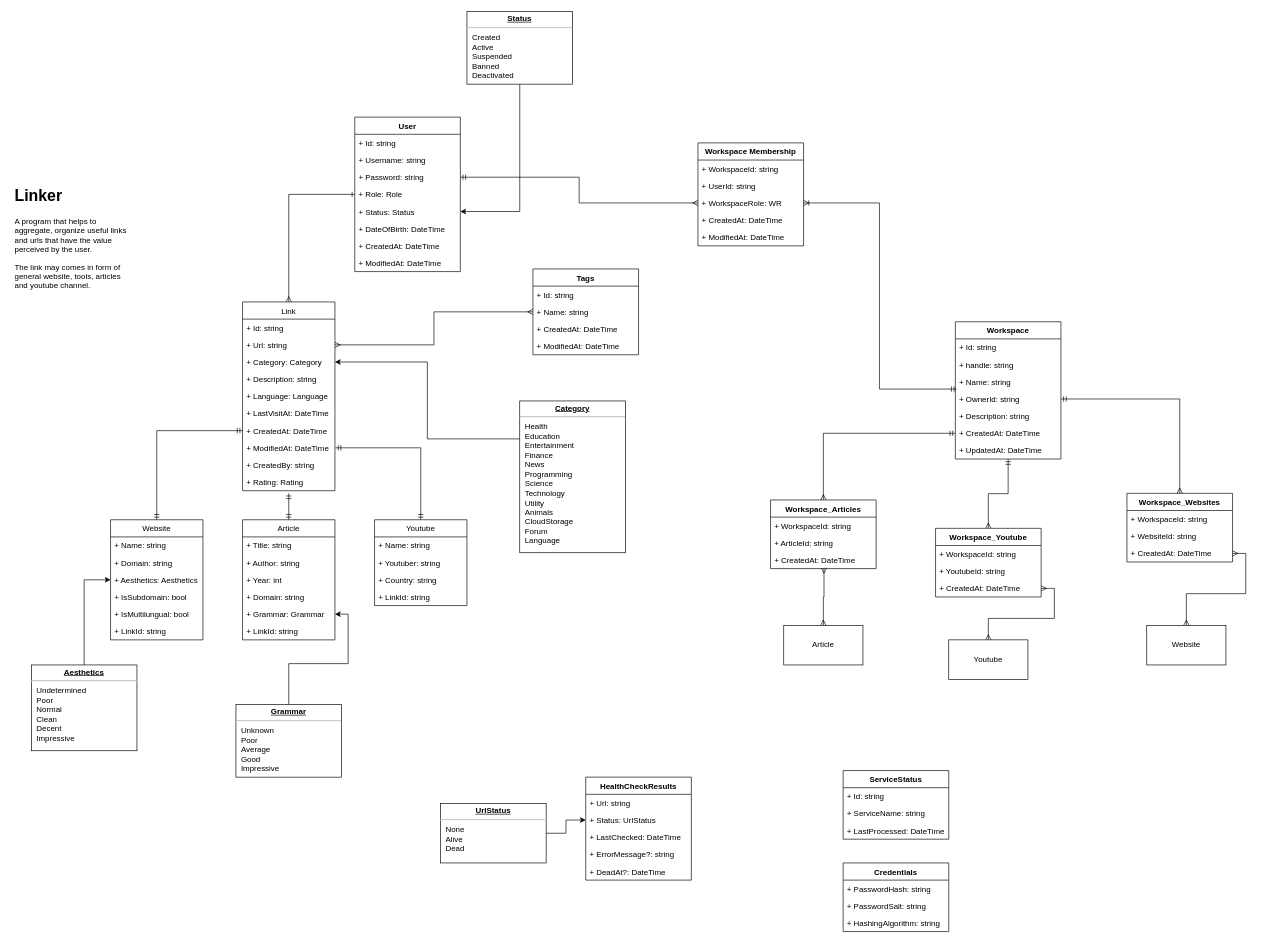
This is page "Class Diagram" (1 of 5) of docs/Linker.drawio from data-miner00/Linker, a draw.io file, before an edit. Source tidied: cells renumbered, new cells numbered last; positions are measured from the earlier drawing's top-left corner, leaving out a move shared by most shapes. Both pictures are drawn from the tidied source at 66%, with x=0, y=0 at pixel (11, 11).
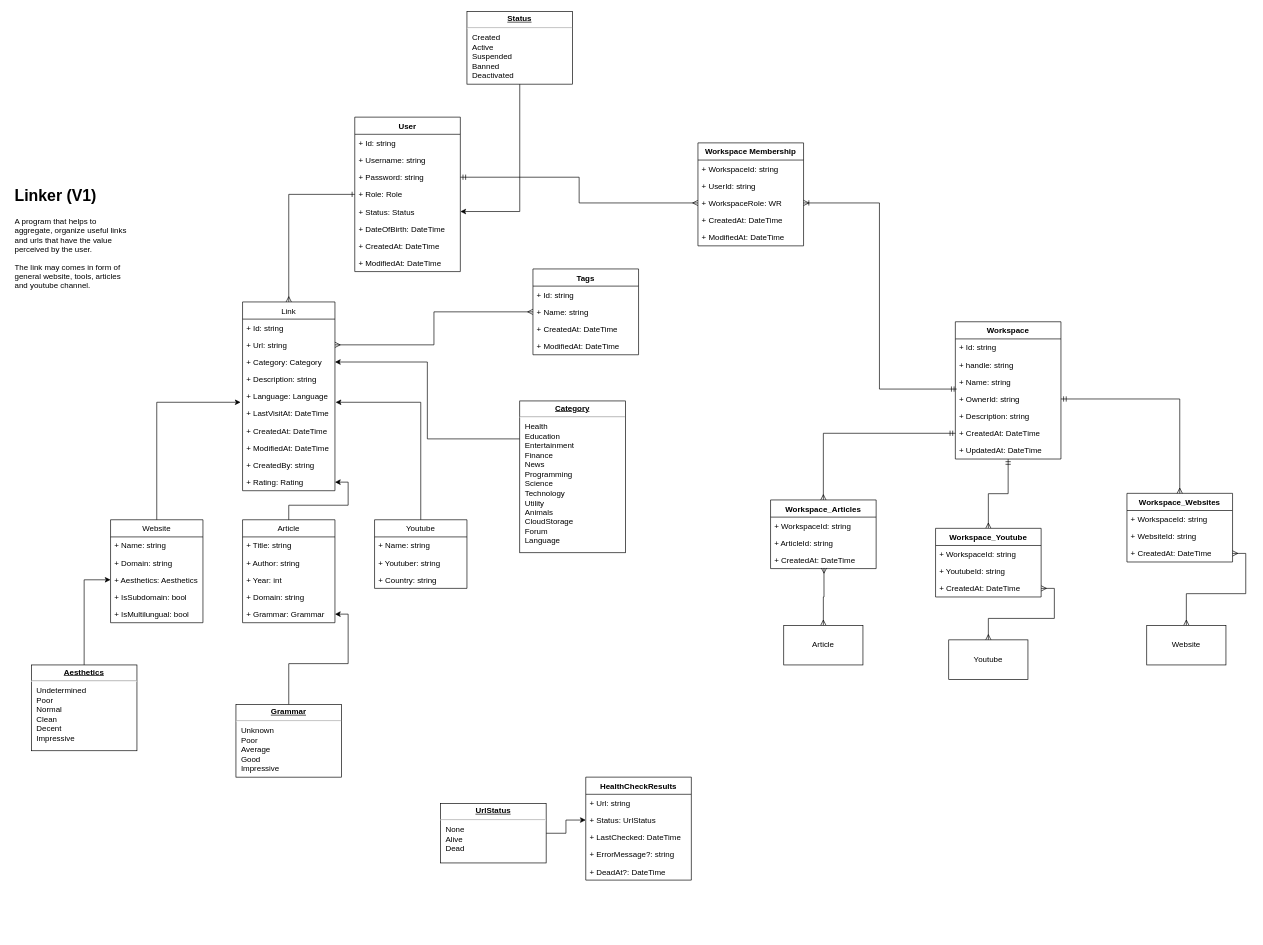
After the change.

Unchanged cells that the change refers to:
```xml
<mxCell id="7" value="+ Language: Language" style="text;strokeColor=none;fillColor=none;align=left;verticalAlign=top;spacingLeft=4;spacingRight=4;overflow=hidden;points=[[0,0.5],[1,0.5]];portConstraint=eastwest;" parent="2" vertex="1">
  <mxGeometry y="130" width="140" height="26" as="geometry" />
</mxCell>
<mxCell id="8" value="+ LastVisitAt: DateTime" style="text;strokeColor=none;fillColor=none;align=left;verticalAlign=top;spacingLeft=4;spacingRight=4;overflow=hidden;points=[[0,0.5],[1,0.5]];portConstraint=eastwest;" parent="2" vertex="1">
  <mxGeometry y="156" width="140" height="26" as="geometry" />
</mxCell>
<mxCell id="9" value="+ CreatedAt: DateTime" style="text;strokeColor=none;fillColor=none;align=left;verticalAlign=top;spacingLeft=4;spacingRight=4;overflow=hidden;points=[[0,0.5],[1,0.5]];portConstraint=eastwest;" parent="2" vertex="1">
  <mxGeometry y="182" width="140" height="26" as="geometry" />
</mxCell>
<mxCell id="12" value="+ Rating: Rating" style="text;strokeColor=none;fillColor=none;align=left;verticalAlign=top;spacingLeft=4;spacingRight=4;overflow=hidden;points=[[0,0.5],[1,0.5]];portConstraint=eastwest;" parent="2" vertex="1">
  <mxGeometry y="260" width="140" height="26" as="geometry" />
</mxCell>
```

The edit, as a diff of the source:
```diff
@@
-    <mxCell id="15" style="edgeStyle=orthogonalEdgeStyle;rounded=0;jettySize=auto;html=1;entryX=0;entryY=0.5;entryDx=0;entryDy=0;endArrow=ERmandOne;endFill=0;startArrow=ERmandOne;startFill=0;" parent="1" edge="1" source="16" target="9">
-      <mxGeometry relative="1" as="geometry" />
-    </mxCell>
+    <mxCell id="113" style="edgeStyle=orthogonalEdgeStyle;rounded=0;jettySize=auto;html=1;exitX=0.5;exitY=0;exitDx=0;exitDy=0;entryX=-0.021;entryY=-0.154;entryDx=0;entryDy=0;entryPerimeter=0;" parent="1" edge="1" source="16" target="8">
+      <mxGeometry relative="1" as="geometry" />
+    </mxCell>
     <mxCell id="16" value="Website" style="swimlane;fontStyle=0;horizontal=1;startSize=26;fillColor=none;" parent="1" vertex="1">
-      <mxGeometry x="150" y="770" width="140" height="182" as="geometry" />
+      <mxGeometry x="150" y="770" width="140" height="156" as="geometry" />
     </mxCell>
@@
-    <mxCell id="22" value="+ LinkId: string" style="text;strokeColor=none;fillColor=none;align=left;verticalAlign=top;spacingLeft=4;spacingRight=4;overflow=hidden;" parent="16" vertex="1">
-      <mxGeometry y="156" width="140" height="26" as="geometry" />
-    </mxCell>
-    <mxCell id="23" value="&lt;h1&gt;Linker&lt;/h1&gt;&lt;p&gt;A program that helps to aggregate, organize useful links and urls that have the value perceived by the user.&lt;/p&gt;&lt;p&gt;The link may comes in form of general website, tools, articles and youtube channel.&lt;/p&gt;" style="text;html=1;strokeColor=none;fillColor=none;spacing=5;spacingTop=-20;whiteSpace=wrap;overflow=hidden;rounded=0;" parent="1" vertex="1">
+    <mxCell id="23" value="&lt;h1&gt;Linker (V1)&lt;/h1&gt;&lt;p&gt;A program that helps to aggregate, organize useful links and urls that have the value perceived by the user.&lt;/p&gt;&lt;p&gt;The link may comes in form of general website, tools, articles and youtube channel.&lt;/p&gt;" style="text;html=1;strokeColor=none;fillColor=none;spacing=5;spacingTop=-20;whiteSpace=wrap;overflow=hidden;rounded=0;" parent="1" vertex="1">
       <mxGeometry y="260" width="190" height="200" as="geometry" />
     </mxCell>
@@
-    <mxCell id="26" style="edgeStyle=orthogonalEdgeStyle;rounded=0;jettySize=auto;html=1;endArrow=ERmandOne;endFill=0;startArrow=ERmandOne;startFill=0;" parent="1" edge="1" source="27">
-      <mxGeometry relative="1" as="geometry">
-        <mxPoint x="420" y="730" as="targetPoint" />
-      </mxGeometry>
-    </mxCell>
+    <mxCell id="114" style="edgeStyle=orthogonalEdgeStyle;rounded=0;jettySize=auto;html=1;" parent="1" edge="1" source="27" target="12">
+      <mxGeometry relative="1" as="geometry" />
+    </mxCell>
     <mxCell id="27" value="Article" style="swimlane;fontStyle=0;horizontal=1;startSize=26;fillColor=none;" parent="1" vertex="1">
-      <mxGeometry x="350" y="770" width="140" height="182" as="geometry" />
+      <mxGeometry x="350" y="770" width="140" height="156" as="geometry" />
     </mxCell>
@@
-    <mxCell id="33" value="+ LinkId: string" style="text;strokeColor=none;fillColor=none;align=left;verticalAlign=top;spacingLeft=4;spacingRight=4;overflow=hidden;" parent="27" vertex="1">
-      <mxGeometry y="156" width="140" height="26" as="geometry" />
-    </mxCell>
@@
-    <mxCell id="36" style="edgeStyle=orthogonalEdgeStyle;rounded=0;jettySize=auto;html=1;endArrow=ERmandOne;endFill=0;startArrow=ERmandOne;startFill=0;" parent="1" edge="1" source="37">
-      <mxGeometry relative="1" as="geometry">
-        <mxPoint x="491" y="661" as="targetPoint" />
-        <Array as="points">
-          <mxPoint x="620" y="661" />
-          <mxPoint x="491" y="661" />
-        </Array>
-      </mxGeometry>
-    </mxCell>
+    <mxCell id="115" style="edgeStyle=orthogonalEdgeStyle;rounded=0;jettySize=auto;html=1;entryX=1.007;entryY=0.846;entryDx=0;entryDy=0;entryPerimeter=0;" parent="1" edge="1" source="37" target="7">
+      <mxGeometry relative="1" as="geometry" />
+    </mxCell>
     <mxCell id="37" value="Youtube" style="swimlane;fontStyle=0;horizontal=1;startSize=26;fillColor=none;" parent="1" vertex="1">
-      <mxGeometry x="550" y="770" width="140" height="130" as="geometry" />
+      <mxGeometry x="550" y="770" width="140" height="104" as="geometry" />
     </mxCell>
@@
-    <mxCell id="41" value="+ LinkId: string" style="text;strokeColor=none;fillColor=none;align=left;verticalAlign=top;spacingLeft=4;spacingRight=4;overflow=hidden;" parent="37" vertex="1">
-      <mxGeometry y="104" width="140" height="26" as="geometry" />
-    </mxCell>
@@
-    <mxCell id="60" value="Credentials" style="swimlane;fontStyle=1;align=center;verticalAlign=top;horizontal=1;startSize=26;" parent="1" vertex="1">
-      <mxGeometry x="1260" y="1290" width="160" height="104" as="geometry" />
-    </mxCell>
-    <mxCell id="61" value="+ PasswordHash: string" style="text;strokeColor=none;fillColor=none;align=left;verticalAlign=top;spacingLeft=4;spacingRight=4;overflow=hidden;" parent="60" vertex="1">
-      <mxGeometry y="26" width="160" height="26" as="geometry" />
-    </mxCell>
-    <mxCell id="62" value="+ PasswordSalt: string" style="text;strokeColor=none;fillColor=none;align=left;verticalAlign=top;spacingLeft=4;spacingRight=4;overflow=hidden;" parent="60" vertex="1">
-      <mxGeometry y="52" width="160" height="26" as="geometry" />
-    </mxCell>
-    <mxCell id="63" value="+ HashingAlgorithm: string" style="text;strokeColor=none;fillColor=none;align=left;verticalAlign=top;spacingLeft=4;spacingRight=4;overflow=hidden;" parent="60" vertex="1">
-      <mxGeometry y="78" width="160" height="26" as="geometry" />
-    </mxCell>
@@
-    <mxCell id="87" value="ServiceStatus" style="swimlane;fontStyle=1;align=center;verticalAlign=top;horizontal=1;startSize=26;" parent="1" vertex="1">
-      <mxGeometry x="1260" y="1150" width="160" height="104" as="geometry" />
-    </mxCell>
-    <mxCell id="88" value="+ Id: string" style="text;strokeColor=none;fillColor=none;align=left;verticalAlign=top;spacingLeft=4;spacingRight=4;overflow=hidden;" parent="87" vertex="1">
-      <mxGeometry y="26" width="160" height="26" as="geometry" />
-    </mxCell>
-    <mxCell id="89" value="+ ServiceName: string" style="text;strokeColor=none;fillColor=none;align=left;verticalAlign=top;spacingLeft=4;spacingRight=4;overflow=hidden;" parent="87" vertex="1">
-      <mxGeometry y="52" width="160" height="26" as="geometry" />
-    </mxCell>
-    <mxCell id="90" value="+ LastProcessed: DateTime" style="text;strokeColor=none;fillColor=none;align=left;verticalAlign=top;spacingLeft=4;spacingRight=4;overflow=hidden;" parent="87" vertex="1">
-      <mxGeometry y="78" width="160" height="26" as="geometry" />
-    </mxCell>
```
